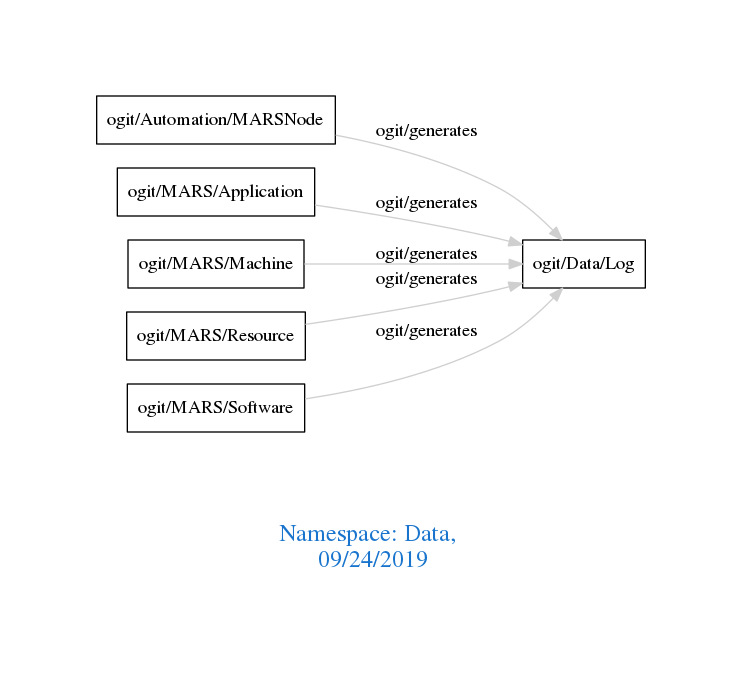
Above: downloads/Data.png in arago/OGIT (Graphviz), before the change. Its source is kept beside it as downloads/Data.dot.
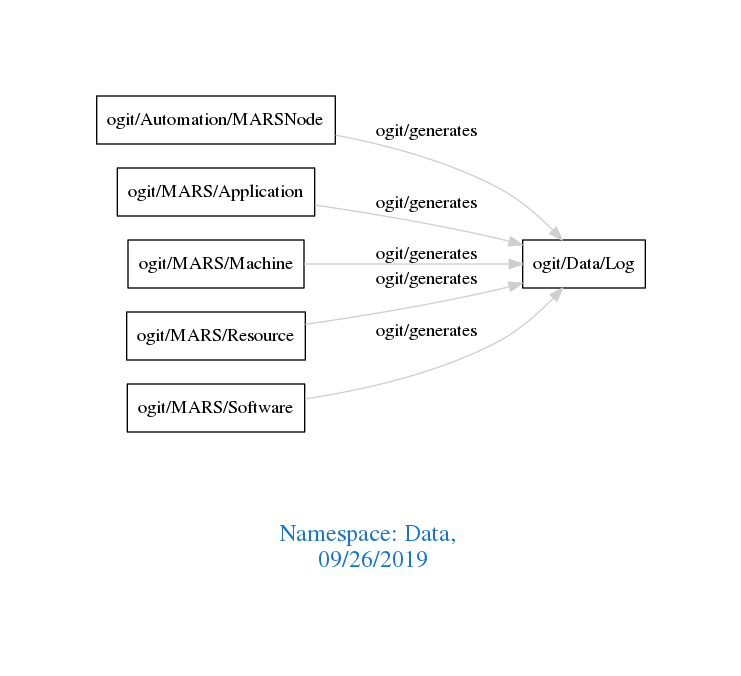
Later version of the same file.

What changed in the source:
```diff
@@ -1,7 +1,7 @@
 digraph OGIT_ontology {
  graph [ rankdir= LR,pad=1
 fontsize = 18,
-fontcolor= dodgerblue3,label = "\n\n\nNamespace: Data, \n 09/24/2019"];
+fontcolor= dodgerblue3,label = "\n\n\nNamespace: Data, \n 09/26/2019"];
 node[shape=polygon];
 edge [  color="gray81"];
 
```
